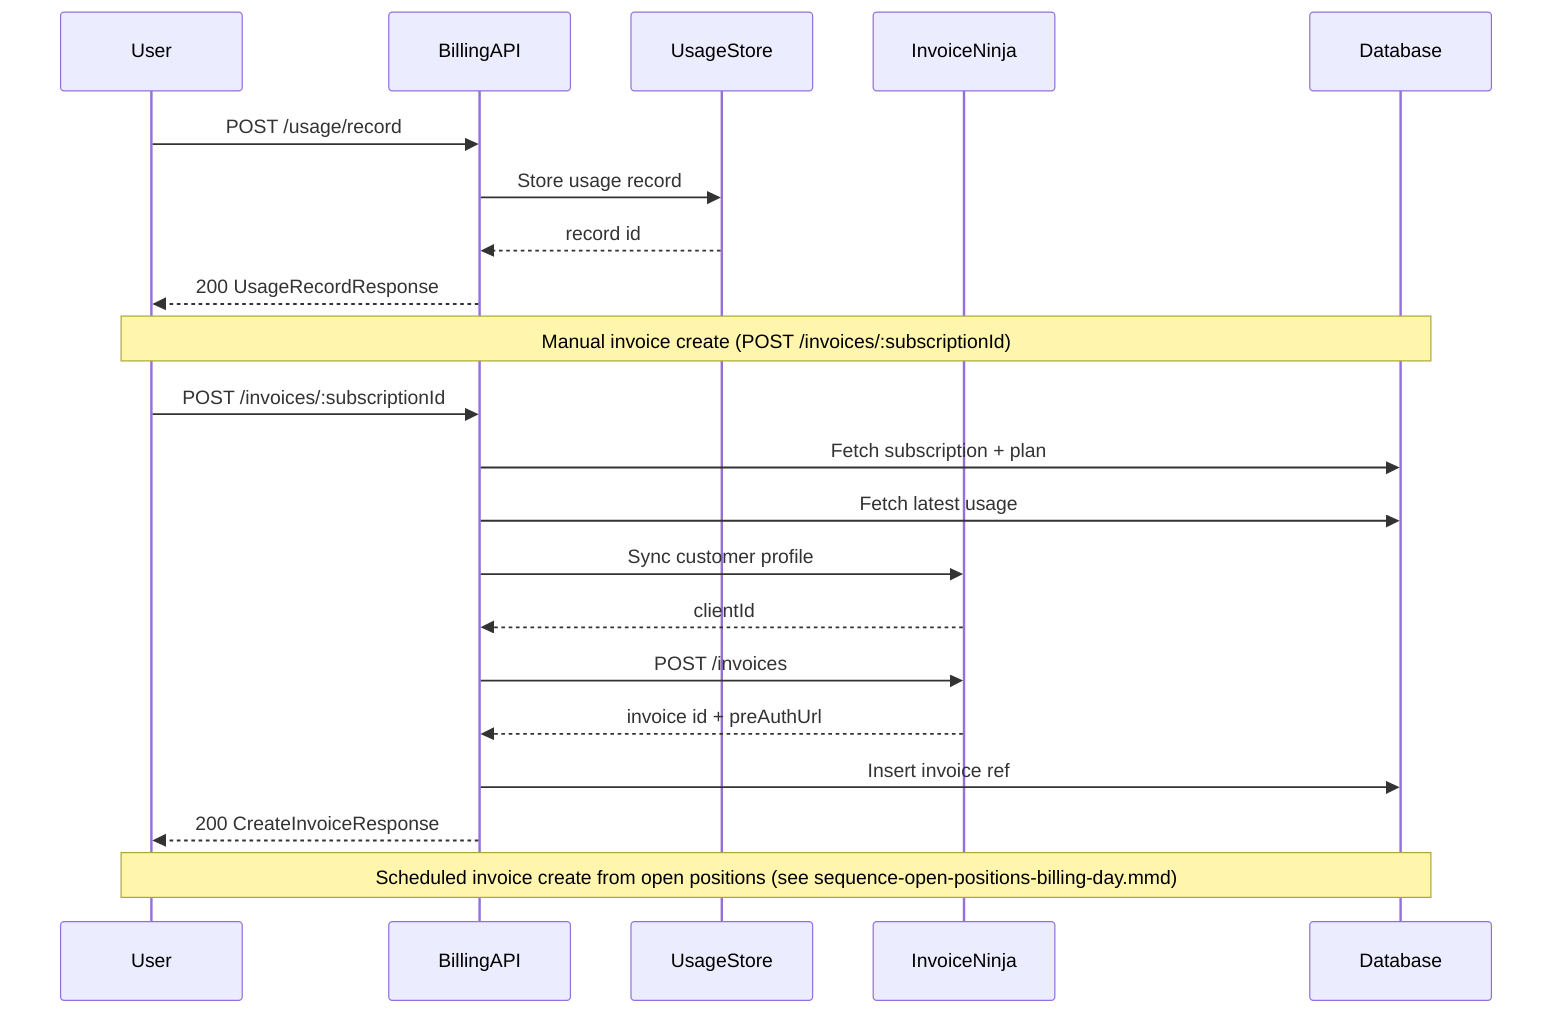
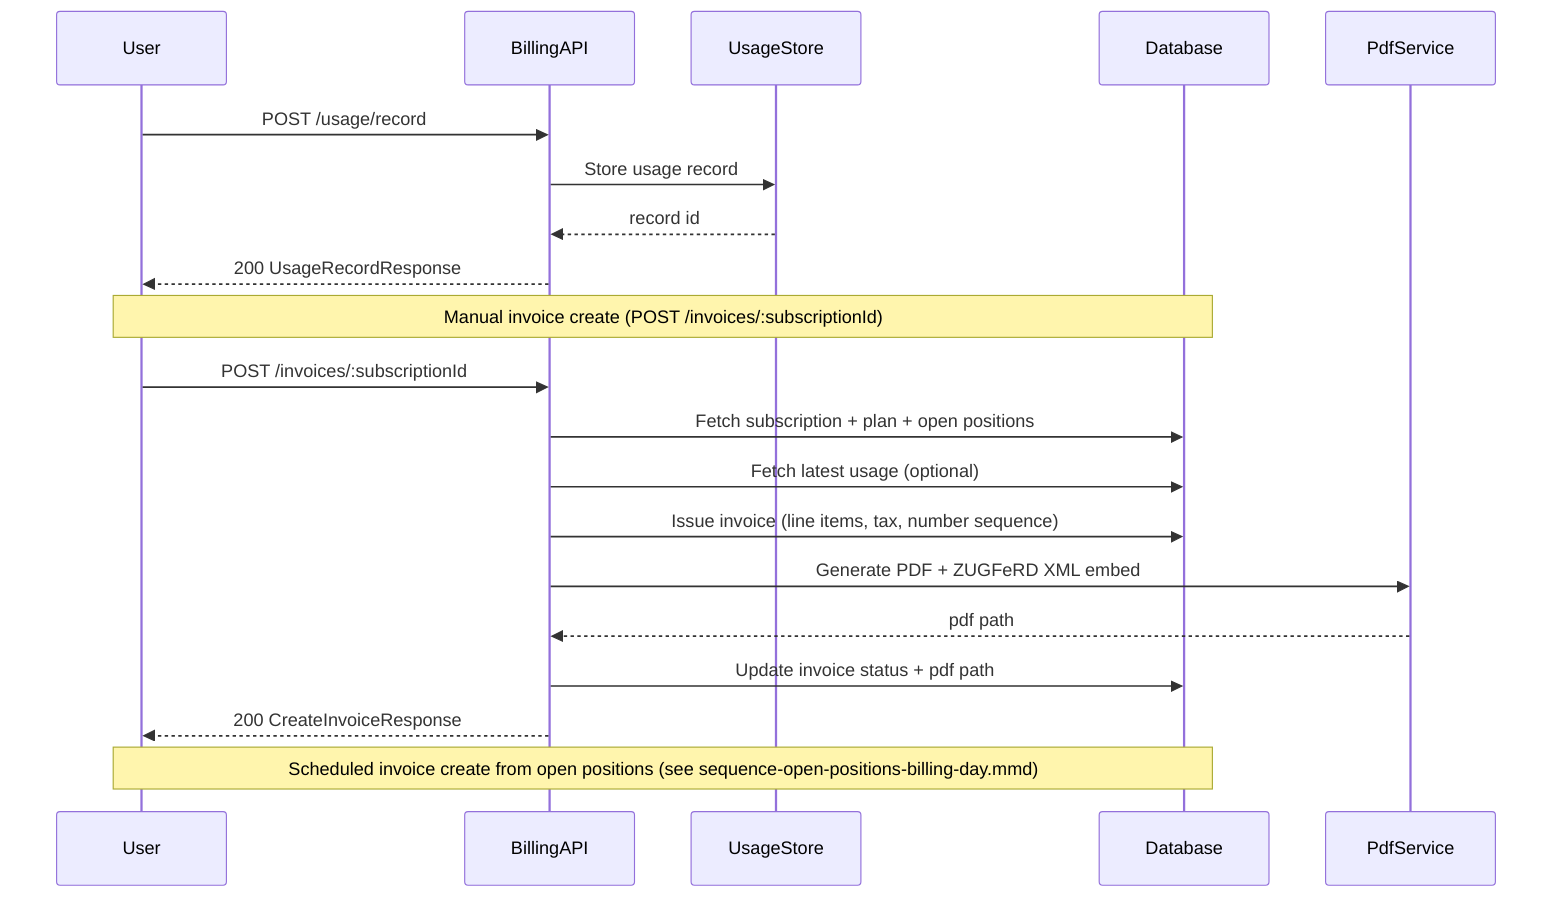
sequenceDiagram
    participant User
    participant BillingAPI
    participant UsageStore
-     participant InvoiceNinja
    participant Database
+     participant PdfService

    User->>BillingAPI: POST /usage/record
    BillingAPI->>UsageStore: Store usage record
    UsageStore-->>BillingAPI: record id
    BillingAPI-->>User: 200 UsageRecordResponse

    Note over User,Database: Manual invoice create (POST /invoices/:subscriptionId)
    User->>BillingAPI: POST /invoices/:subscriptionId
-     BillingAPI->>Database: Fetch subscription + plan
-     BillingAPI->>Database: Fetch latest usage
-     BillingAPI->>InvoiceNinja: Sync customer profile
-     InvoiceNinja-->>BillingAPI: clientId
-     BillingAPI->>InvoiceNinja: POST /invoices
-     InvoiceNinja-->>BillingAPI: invoice id + preAuthUrl
-     BillingAPI->>Database: Insert invoice ref
+     BillingAPI->>Database: Fetch subscription + plan + open positions
+     BillingAPI->>Database: Fetch latest usage (optional)
+     BillingAPI->>Database: Issue invoice (line items, tax, number sequence)
+     BillingAPI->>PdfService: Generate PDF + ZUGFeRD XML embed
+     PdfService-->>BillingAPI: pdf path
+     BillingAPI->>Database: Update invoice status + pdf path
    BillingAPI-->>User: 200 CreateInvoiceResponse

    Note over User,Database: Scheduled invoice create from open positions (see sequence-open-positions-billing-day.mmd)
